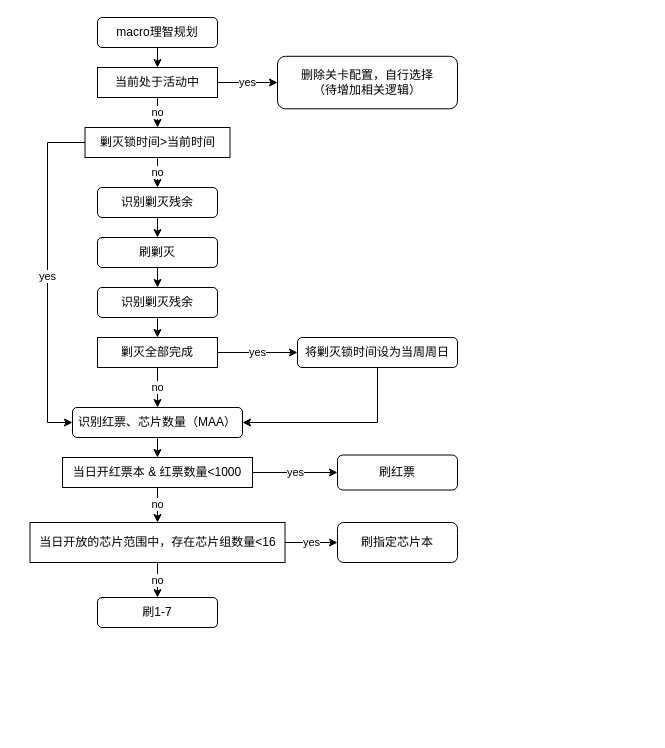
Above: macro_scheme.drawio in akhialomgir/drawio (draw.io), before the change. Source tidied: cells renumbered, new cells numbered last; positions are measured from the earlier drawing's top-left corner, leaving out a move shared by most shapes. Both pictures are drawn from the tidied source at 100%, with x=0, y=0 at pixel (29, 17).
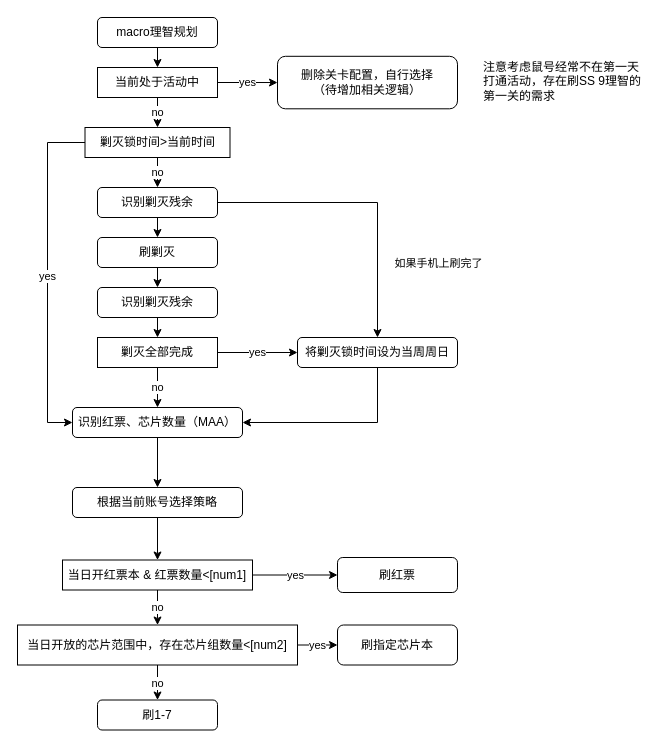
After the change.

The change refers to these unchanged cells:
```xml
<mxCell id="8" value="识别剿灭残余" style="rounded=1;whiteSpace=wrap;html=1;" parent="1" vertex="1">
  <mxGeometry x="68" y="170" width="120" height="30" as="geometry" />
</mxCell>
<mxCell id="17" value="将剿灭锁时间设为当周周日" style="rounded=1;whiteSpace=wrap;html=1;" parent="1" vertex="1">
  <mxGeometry x="268" y="320" width="160" height="30" as="geometry" />
</mxCell>
<mxCell id="19" value="识别红票、芯片数量（MAA）" style="rounded=1;whiteSpace=wrap;html=1;" parent="1" vertex="1">
  <mxGeometry x="43" y="390" width="170" height="30" as="geometry" />
</mxCell>
```

Diff of the diagram source:
```diff
@@
+    <mxCell id="33" style="edgeStyle=orthogonalEdgeStyle;rounded=0;jettySize=auto;html=1;exitX=1;exitY=0.5;exitDx=0;exitDy=0;entryX=0.5;entryY=0;entryDx=0;entryDy=0;" parent="1" edge="1" source="8" target="17">
+      <mxGeometry relative="1" as="geometry">
+        <Array as="points">
+          <mxPoint x="348" y="185" />
+        </Array>
+      </mxGeometry>
+    </mxCell>
+    <mxCell id="34" value="如果手机上刷完了" style="edgeLabel;html=1;align=center;verticalAlign=middle;" parent="33" vertex="1">
+      <mxGeometry x="0.3" y="3" relative="1" as="geometry">
+        <mxPoint x="57" y="28" as="offset" />
+      </mxGeometry>
+    </mxCell>
@@
-    <mxCell id="18" style="edgeStyle=orthogonalEdgeStyle;rounded=0;jettySize=auto;html=1;exitX=0.5;exitY=1;exitDx=0;exitDy=0;entryX=0.5;entryY=0;entryDx=0;entryDy=0;" parent="1" edge="1" source="19" target="22">
-      <mxGeometry relative="1" as="geometry" />
-    </mxCell>
+    <mxCell id="35" style="edgeStyle=orthogonalEdgeStyle;rounded=0;jettySize=auto;html=1;exitX=0.5;exitY=1;exitDx=0;exitDy=0;entryX=0.5;entryY=0;entryDx=0;entryDy=0;" parent="1" edge="1" source="19" target="37">
+      <mxGeometry relative="1" as="geometry" />
+    </mxCell>
@@
-    <mxCell id="22" value="当日开红票本 &amp;amp; 红票数量&amp;lt;1000" style="rounded=0;whiteSpace=wrap;html=1;" parent="1" vertex="1">
-      <mxGeometry x="33" y="440" width="190" height="30" as="geometry" />
+    <mxCell id="22" value="当日开红票本 &amp;amp; 红票数量&amp;lt;[num1]" style="rounded=0;whiteSpace=wrap;html=1;" parent="1" vertex="1">
+      <mxGeometry x="33" y="542.5" width="190" height="30" as="geometry" />
     </mxCell>
     <mxCell id="23" value="刷红票" style="rounded=1;whiteSpace=wrap;html=1;" parent="1" vertex="1">
-      <mxGeometry x="308" y="437.5" width="120" height="35" as="geometry" />
+      <mxGeometry x="308" y="540" width="120" height="35" as="geometry" />
     </mxCell>
@@
-    <mxCell id="30" value="当日开放的芯片范围中，存在芯片组数量&amp;lt;16" style="rounded=0;whiteSpace=wrap;html=1;" parent="1" vertex="1">
-      <mxGeometry x="0.5" y="505" width="255" height="40" as="geometry" />
+    <mxCell id="30" value="当日开放的芯片范围中，存在芯片组数量&amp;lt;[num2]" style="rounded=0;whiteSpace=wrap;html=1;" parent="1" vertex="1">
+      <mxGeometry x="-12" y="607.5" width="280" height="40" as="geometry" />
     </mxCell>
     <mxCell id="31" value="刷指定芯片本" style="rounded=1;whiteSpace=wrap;html=1;" parent="1" vertex="1">
-      <mxGeometry x="308" y="505" width="120" height="40" as="geometry" />
+      <mxGeometry x="308" y="607.5" width="120" height="40" as="geometry" />
     </mxCell>
     <mxCell id="32" value="刷1-7" style="rounded=1;whiteSpace=wrap;html=1;" parent="1" vertex="1">
-      <mxGeometry x="68" y="580" width="120" height="30" as="geometry" />
+      <mxGeometry x="68" y="682.5" width="120" height="30" as="geometry" />
     </mxCell>
+    <mxCell id="36" style="edgeStyle=orthogonalEdgeStyle;rounded=0;jettySize=auto;html=1;exitX=0.5;exitY=1;exitDx=0;exitDy=0;entryX=0.5;entryY=0;entryDx=0;entryDy=0;" parent="1" edge="1" source="37" target="22">
+      <mxGeometry relative="1" as="geometry" />
+    </mxCell>
+    <mxCell id="37" value="根据当前账号选择策略" style="rounded=1;whiteSpace=wrap;html=1;" parent="1" vertex="1">
+      <mxGeometry x="43" y="470" width="170" height="30" as="geometry" />
+    </mxCell>
+    <mxCell id="38" value="注意考虑鼠号经常不在第一天打通活动，存在刷SS 9理智的第一关的需求" style="text;strokeColor=none;fillColor=none;align=left;verticalAlign=middle;spacingLeft=4;spacingRight=4;overflow=hidden;whiteSpace=wrap;html=1;" parent="1" vertex="1">
+      <mxGeometry x="448" y="38.8" width="170" height="51.2" as="geometry" />
+    </mxCell>
```
